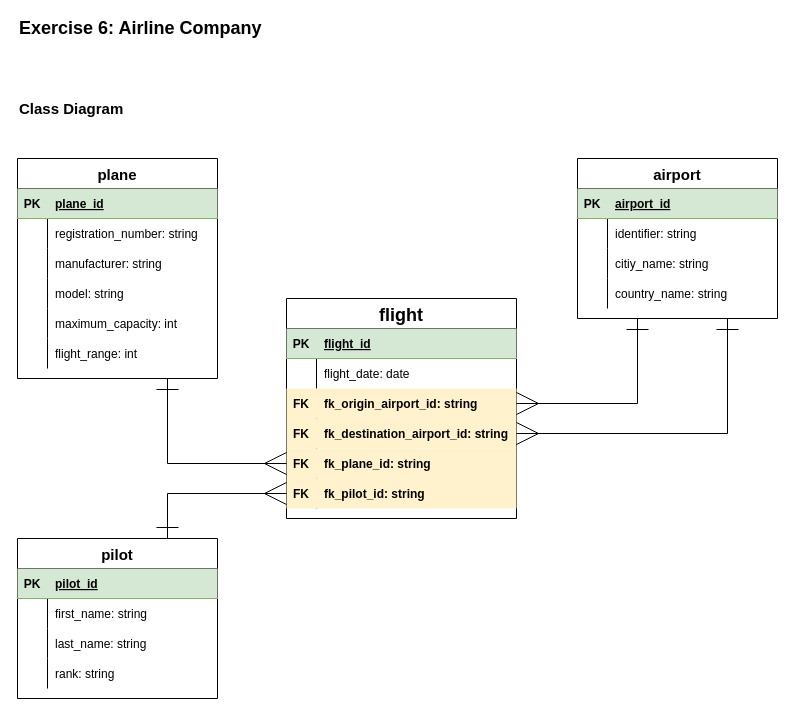
The draw.io diagram concept/airline-class-diagram.drawio in mbalabanov/CF-BE1-DB, before the edit. Source tidied: cells renumbered, new cells numbered last; positions are measured from the earlier drawing's top-left corner, leaving out a move shared by most shapes. Both pictures are drawn from the tidied source at 100%, with x=0, y=0 at pixel (17, 18).
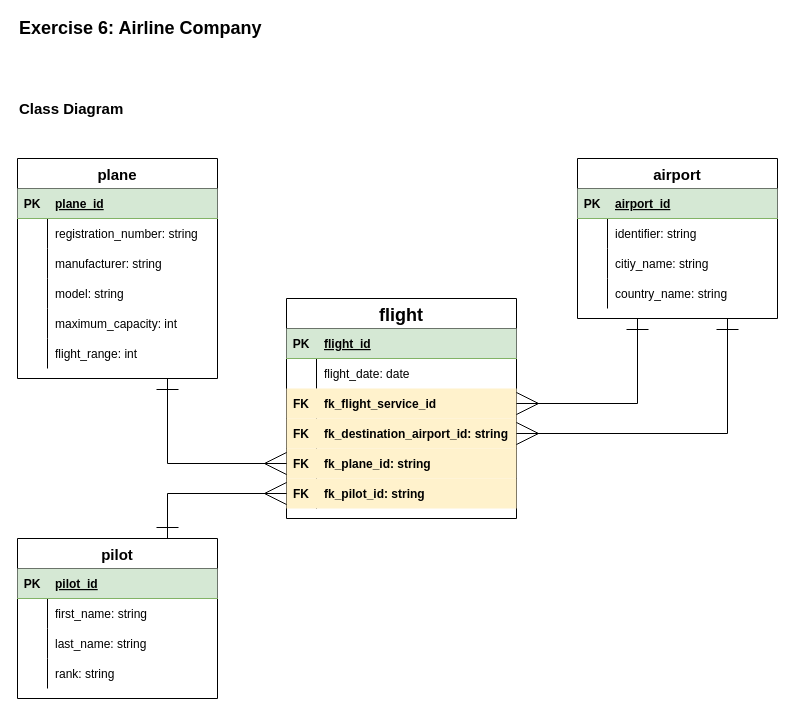
The same diagram, later.

The change refers to these unchanged cells:
```xml
<mxCell id="10" style="shape=partialRectangle;fillColor=#fff2cc;top=0;left=0;bottom=0;right=0;points=[[0,0.5],[1,0.5]];portConstraint=eastwest;strokeColor=#d6b656;" parent="3" vertex="1">
  <mxGeometry y="90" width="230" height="30" as="geometry" />
</mxCell>
```

Diff of the diagram source:
```diff
@@
-    <mxCell id="12" value="fk_origin_airport_id: string" style="shape=partialRectangle;fillColor=none;top=0;left=0;bottom=0;right=0;align=left;spacingLeft=6;overflow=hidden;fontStyle=1;" parent="10" vertex="1">
+    <mxCell id="12" value="fk_flight_service_id" style="shape=partialRectangle;fillColor=none;top=0;left=0;bottom=0;right=0;align=left;spacingLeft=6;overflow=hidden;fontStyle=1;" parent="10" vertex="1">
       <mxGeometry x="30" width="200" height="30" as="geometry" />
     </mxCell>
```
